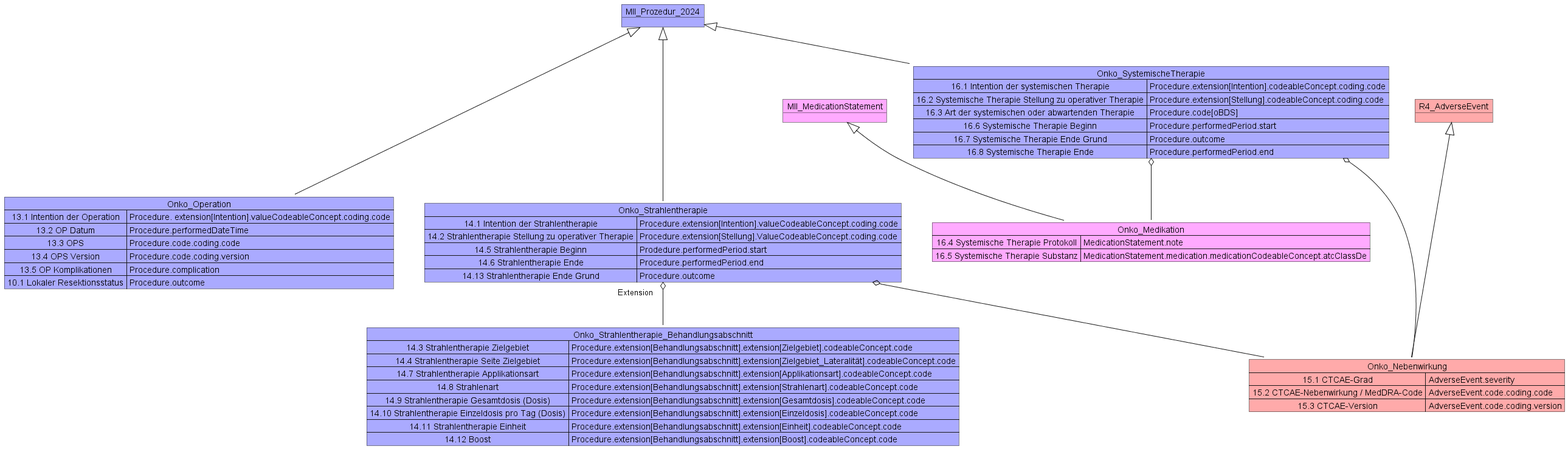
medizininformatik-initiative/kerndatensatzmodul-onkologie keeps this PlantUML diagram as information_model/MII_Onko_13-16_Prozeduren.png. Above is the earlier version. Its diagram source:
```plantuml
@startuml MII KDS Erweiterungsmodul Onkologie
object MII_Prozedur_2024 #AAAAFF
Map Onko_Operation #AAAAFF{
13.1 Intention der Operation => Procedure. extension[Intention].valueCodeableConcept.coding.code
13.2 OP Datum => Procedure.performedDateTime
13.3 OPS => Procedure.code.coding.code
13.4 OPS Version => Procedure.code.coding.version
13.5 OP Komplikationen => Procedure.complication
10.1 Lokaler Resektionsstatus => Procedure.outcome
}
Map Onko_Strahlentherapie #AAAAFF{
14.1 Intention der Strahlentherapie => Procedure.extension[Intention].valueCodeableConcept.coding.code
14.2 Strahlentherapie Stellung zu operativer Therapie => Procedure.extension[Stellung].ValueCodeableConcept.coding.code

14.5 Strahlentherapie Beginn => Prodedure.performedPeriod.start
14.6 Strahlentherapie Ende =>Procedure.performedPeriod.end
14.13 Strahlentherapie Ende Grund => Procedure.outcome
}

Map Onko_Strahlentherapie_Behandlungsabschnitt #AAAAFF{
14.3 Strahlentherapie Zielgebiet => Procedure.extension[Behandlungsabschnitt].extension[Zielgebiet].codeableConcept.code
14.4 Strahlentherapie Seite Zielgebiet => Procedure.extension[Behandlungsabschnitt].extension[Zielgebiet_Lateralität].codeableConcept.code
14.7 Strahlentherapie Applikationsart => Procedure.extension[Behandlungsabschnitt].extension[Applikationsart].codeableConcept.code
14.8 Strahlenart => Procedure.extension[Behandlungsabschnitt].extension[Strahlenart].codeableConcept.code
14.9 Strahlentherapie Gesamtdosis (Dosis) => Procedure.extension[Behandlungsabschnitt].extension[Gesamtdosis].codeableConcept.code
14.10 Strahlentherapie Einzeldosis pro Tag (Dosis) =>Procedure.extension[Behandlungsabschnitt].extension[Einzeldosis].codeableConcept.code
14.11 Strahlentherapie Einheit =>Procedure.extension[Behandlungsabschnitt].extension[Einheit].codeableConcept.code
14.12 Boost=>Procedure.extension[Behandlungsabschnitt].extension[Boost].codeableConcept.code
}

Onko_Strahlentherapie "Extension   " o-- Onko_Strahlentherapie_Behandlungsabschnitt

Map Onko_SystemischeTherapie #AAAAFF{
16.1 Intention der systemischen Therapie => Procedure.extension[Intention].codeableConcept.coding.code
16.2 Systemische Therapie Stellung zu operativer Therapie => Procedure.extension[Stellung].codeableConcept.coding.code
16.3 Art der systemischen oder abwartenden Therapie => Procedure.code[oBDS]
16.6 Systemische Therapie Beginn => Procedure.performedPeriod.start

16.7 Systemische Therapie Ende Grund => Procedure.outcome

16.8 Systemische Therapie Ende => Procedure.performedPeriod.end
}

Map Onko_Medikation #FFAAFF{

16.4 Systemische Therapie Protokoll => MedicationStatement.note

16.5 Systemische Therapie Substanz => MedicationStatement.medication.medicationCodeableConcept.atcClassDe

}
object MII_MedicationStatement #FFAAFF
MII_MedicationStatement <|-- Onko_Medikation
Onko_SystemischeTherapie o-- Onko_Medikation

MII_Prozedur_2024 <|--- Onko_Operation
MII_Prozedur_2024 <|--- Onko_Strahlentherapie
MII_Prozedur_2024 <|-- Onko_SystemischeTherapie

object R4_AdverseEvent #FFAAAA

Map Onko_Nebenwirkung #FFAAAA{
    15.1 CTCAE-Grad => AdverseEvent.severity
    15.2 CTCAE-Nebenwirkung / MedDRA-Code => AdverseEvent.code.coding.code
    15.3 CTCAE-Version => AdverseEvent.code.coding.version
}
R4_AdverseEvent <|--- Onko_Nebenwirkung


Onko_Strahlentherapie o-- Onko_Nebenwirkung
Onko_SystemischeTherapie o-- Onko_Nebenwirkung

@enduml
```
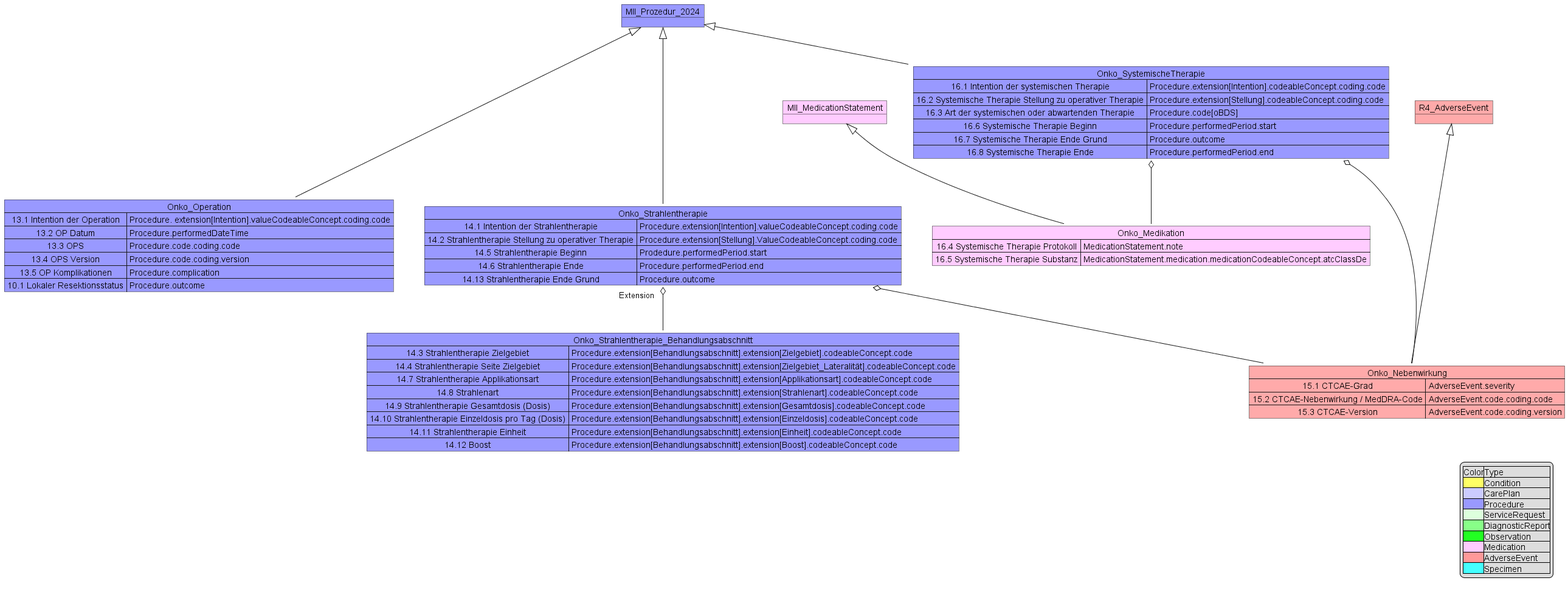
The same file after the commit.

The edit, as a diff of the source:
```diff
@@ -1,6 +1,6 @@
-@startuml MII KDS Erweiterungsmodul Onkologie
-object MII_Prozedur_2024 #AAAAFF
-Map Onko_Operation #AAAAFF{
+@startuml 13-16_Prozeduren
+object MII_Prozedur_2024 #9999FF
+Map Onko_Operation #9999FF{
 13.1 Intention der Operation => Procedure. extension[Intention].valueCodeableConcept.coding.code
 13.2 OP Datum => Procedure.performedDateTime
 13.3 OPS => Procedure.code.coding.code
@@ -8,7 +8,7 @@
 13.5 OP Komplikationen => Procedure.complication
 10.1 Lokaler Resektionsstatus => Procedure.outcome
 }
-Map Onko_Strahlentherapie #AAAAFF{
+Map Onko_Strahlentherapie #9999FF{
 14.1 Intention der Strahlentherapie => Procedure.extension[Intention].valueCodeableConcept.coding.code
 14.2 Strahlentherapie Stellung zu operativer Therapie => Procedure.extension[Stellung].ValueCodeableConcept.coding.code
 
@@ -17,7 +17,7 @@
 14.13 Strahlentherapie Ende Grund => Procedure.outcome
 }
 
-Map Onko_Strahlentherapie_Behandlungsabschnitt #AAAAFF{
+Map Onko_Strahlentherapie_Behandlungsabschnitt #9999FF{
 14.3 Strahlentherapie Zielgebiet => Procedure.extension[Behandlungsabschnitt].extension[Zielgebiet].codeableConcept.code
 14.4 Strahlentherapie Seite Zielgebiet => Procedure.extension[Behandlungsabschnitt].extension[Zielgebiet_Lateralität].codeableConcept.code
 14.7 Strahlentherapie Applikationsart => Procedure.extension[Behandlungsabschnitt].extension[Applikationsart].codeableConcept.code
@@ -30,7 +30,7 @@
 
 Onko_Strahlentherapie "Extension   " o-- Onko_Strahlentherapie_Behandlungsabschnitt
 
-Map Onko_SystemischeTherapie #AAAAFF{
+Map Onko_SystemischeTherapie #9999FF{
 16.1 Intention der systemischen Therapie => Procedure.extension[Intention].codeableConcept.coding.code
 16.2 Systemische Therapie Stellung zu operativer Therapie => Procedure.extension[Stellung].codeableConcept.coding.code
 16.3 Art der systemischen oder abwartenden Therapie => Procedure.code[oBDS]
@@ -41,14 +41,14 @@
 16.8 Systemische Therapie Ende => Procedure.performedPeriod.end
 }
 
-Map Onko_Medikation #FFAAFF{
+Map Onko_Medikation #FFCCFF{
 
 16.4 Systemische Therapie Protokoll => MedicationStatement.note
 
 16.5 Systemische Therapie Substanz => MedicationStatement.medication.medicationCodeableConcept.atcClassDe
 
 }
-object MII_MedicationStatement #FFAAFF
+object MII_MedicationStatement #FFCCFF
 MII_MedicationStatement <|-- Onko_Medikation
 Onko_SystemischeTherapie o-- Onko_Medikation
 
@@ -69,4 +69,16 @@
 Onko_Strahlentherapie o-- Onko_Nebenwirkung
 Onko_SystemischeTherapie o-- Onko_Nebenwirkung
 
+legend right
+|Color|Type|
+|<#FFFF66>|Condition|
+|<#CCCCFF>|CarePlan|
+|<#9999FF>|Procedure|
+|<#DDFFDD>|ServiceRequest|
+|<#88FF88>|DiagnosticReport|
+|<#22FF22>|Observation|
+|<#FFCCFF>|Medication|
+|<#FF9999>|AdverseEvent|
+|<#44FFFF>|Specimen|
+endlegend
 @enduml
```
